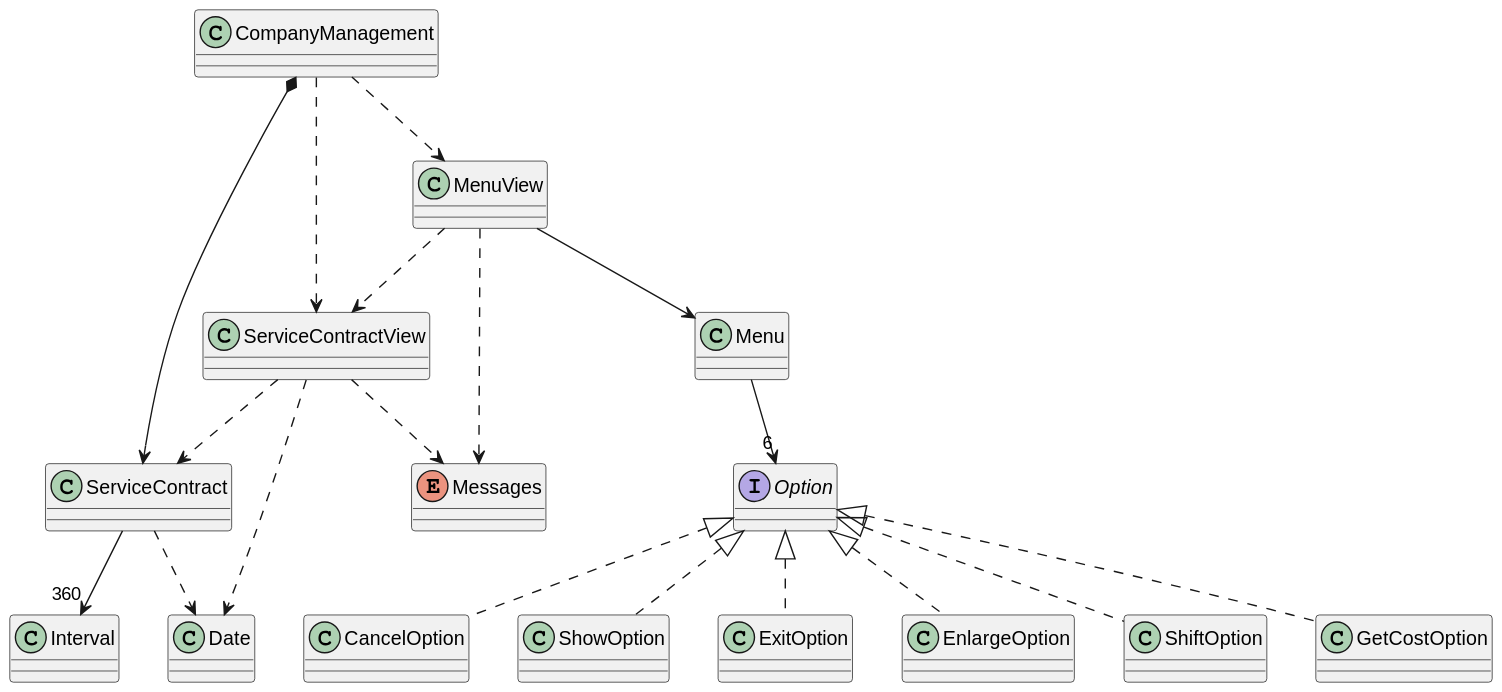
USantaTecla-ed-mpds/lab-turing keeps this PlantUML diagram as tech-java-basadoObjetos/src/es/usantatecla/companyManagement/UML/ModeloClases.svg. Above is the earlier version.
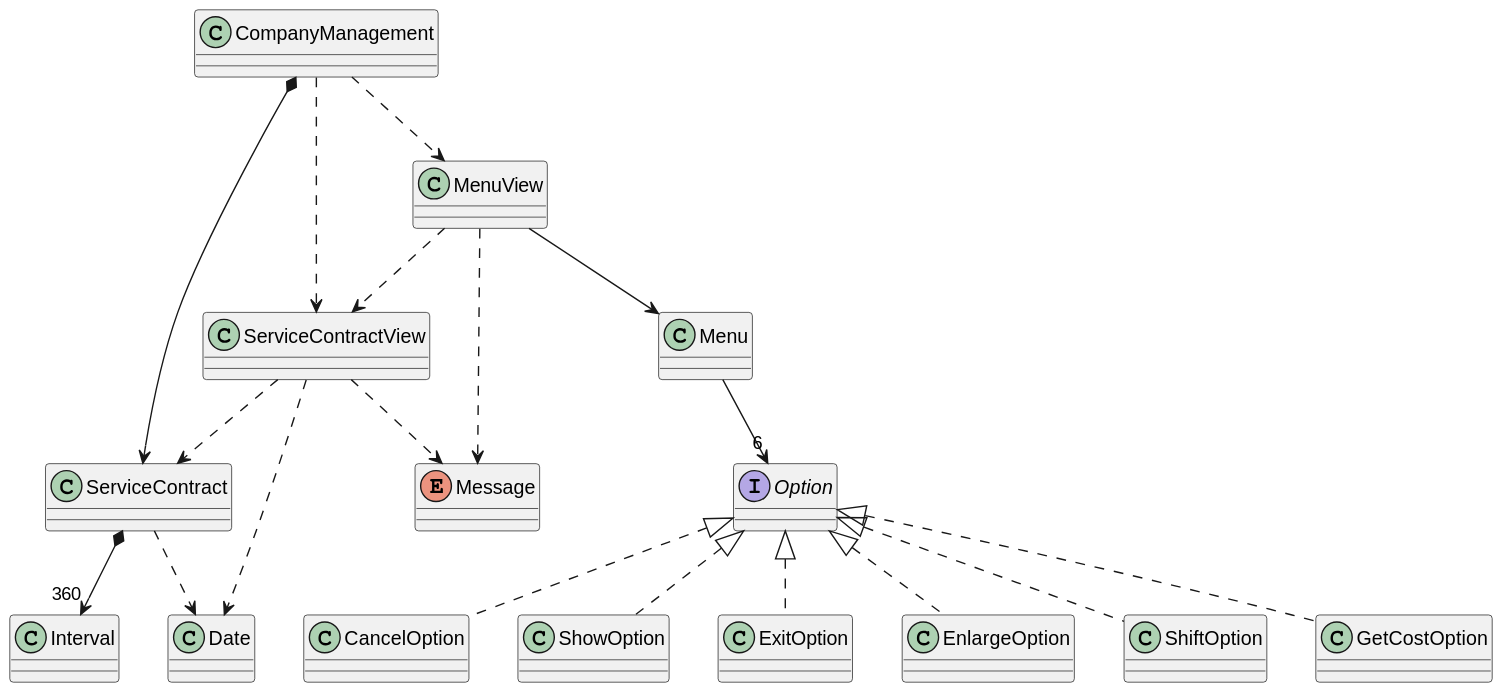
Above is the later version.

Commit message:
update relations UML

What changed in the source:
```diff
@@ -13,7 +13,7 @@
 
 class Date
 class Interval
-enum Messages
+enum Message
 
 interface Option
 
@@ -23,14 +23,14 @@
 
 ServiceContractView ..> ServiceContract
 ServiceContractView ..> Date
-ServiceContractView ..> Messages
+ServiceContractView ..> Message
 
 ServiceContract ..> Date
-ServiceContract --> "360" Interval
+ServiceContract *--> "360" Interval
 
 MenuView --> Menu
 MenuView ..> ServiceContractView
-MenuView ..> Messages
+MenuView ..> Message
 
 Menu -->"6" Option
 
```
